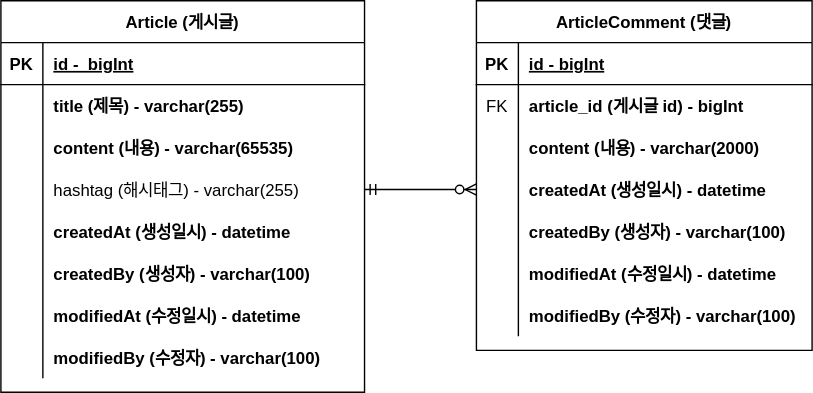
The draw.io diagram document/project-board-erd.svg in log1995/notice-board, before a commit. Source tidied: cells renumbered, new cells last; positions are measured from the earlier drawing's top-left corner, leaving out a move shared by most shapes.
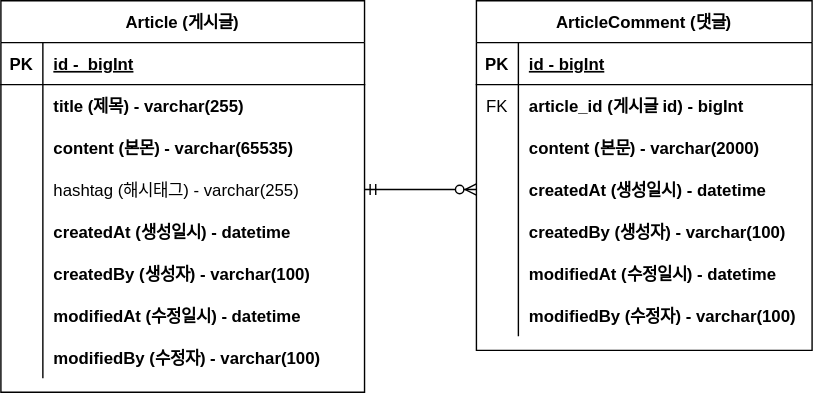
After the change.

Commit message:
#8 - ERD 주석 업데이트 : project-board-erd.svg

Change to the diagram source:
```diff
@@ -29,7 +29,7 @@
     <mxCell id="10" style="shape=partialRectangle;fillColor=none;top=0;left=0;bottom=0;right=0;overflow=hidden;" parent="9" vertex="1">
       <mxGeometry width="30" height="30" as="geometry" />
     </mxCell>
-    <mxCell id="11" value="content (내용) - varchar(65535)" style="shape=partialRectangle;fillColor=none;top=0;left=0;bottom=0;right=0;align=left;spacingLeft=6;overflow=hidden;fontStyle=1;" parent="9" vertex="1">
+    <mxCell id="11" value="content (본몬) - varchar(65535)" style="shape=partialRectangle;fillColor=none;top=0;left=0;bottom=0;right=0;align=left;spacingLeft=6;overflow=hidden;fontStyle=1;" parent="9" vertex="1">
       <mxGeometry x="30" width="230" height="30" as="geometry" />
     </mxCell>
     <mxCell id="12" style="shape=tableRow;horizontal=0;startSize=0;swimlaneHead=0;swimlaneBody=0;fillColor=none;points=[[0,0.5],[1,0.5]];portConstraint=eastwest;top=0;left=0;right=0;bottom=0;" parent="2" vertex="1">
@@ -104,7 +104,7 @@
     <mxCell id="35" style="shape=partialRectangle;fillColor=none;top=0;left=0;bottom=0;right=0;overflow=hidden;" parent="34" vertex="1">
       <mxGeometry width="30" height="30" as="geometry" />
     </mxCell>
-    <mxCell id="36" value="content (내용) - varchar(2000)" style="shape=partialRectangle;fillColor=none;top=0;left=0;bottom=0;right=0;align=left;spacingLeft=6;overflow=hidden;fontStyle=1;" parent="34" vertex="1">
+    <mxCell id="36" value="content (본문) - varchar(2000)" style="shape=partialRectangle;fillColor=none;top=0;left=0;bottom=0;right=0;align=left;spacingLeft=6;overflow=hidden;fontStyle=1;" parent="34" vertex="1">
       <mxGeometry x="30" width="210" height="30" as="geometry" />
     </mxCell>
     <mxCell id="37" style="shape=tableRow;horizontal=0;startSize=0;swimlaneHead=0;swimlaneBody=0;fillColor=none;points=[[0,0.5],[1,0.5]];portConstraint=eastwest;top=0;left=0;right=0;bottom=0;" parent="27" vertex="1">
```
